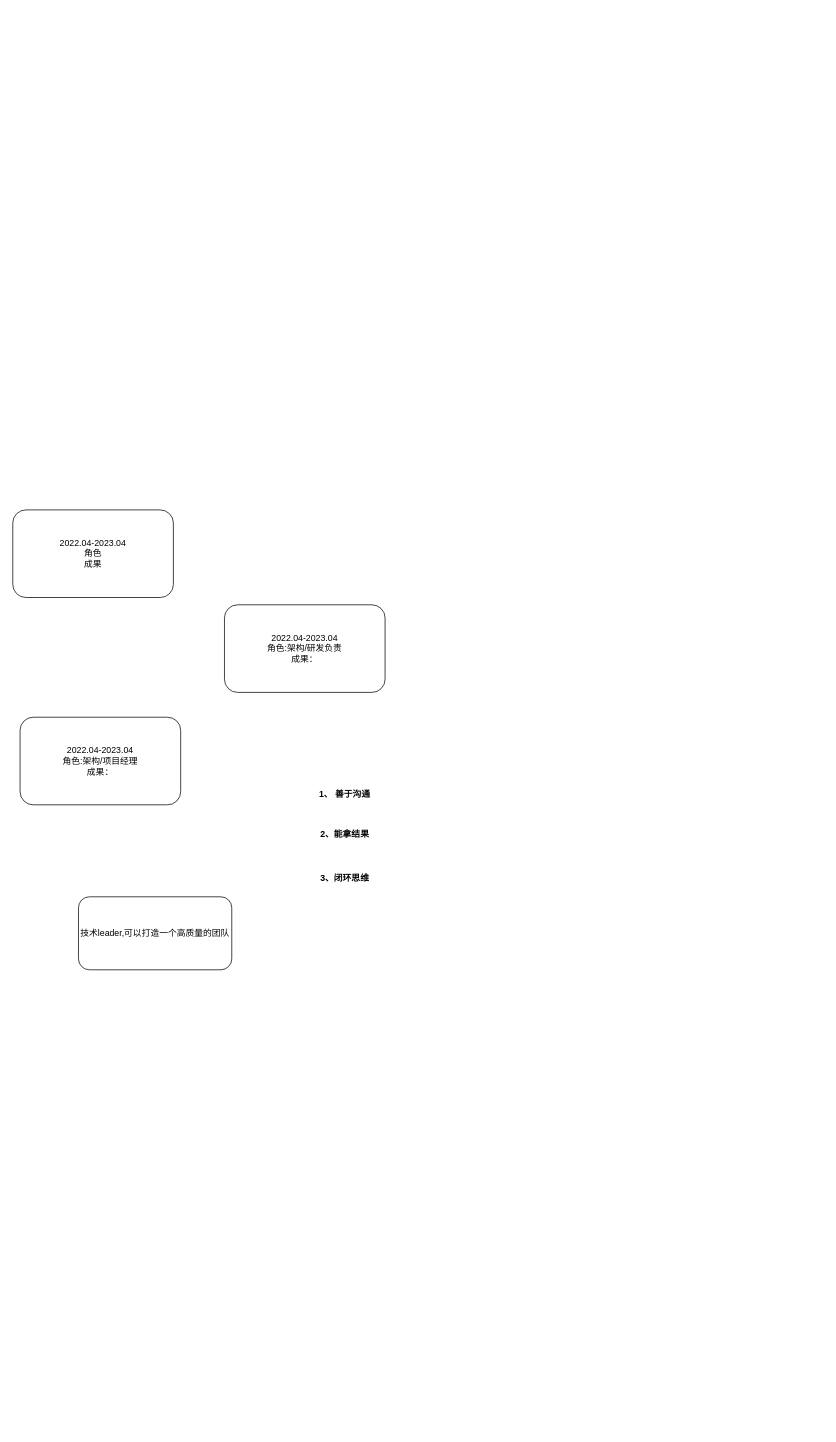
Earlier version of the draw.io diagram page "个人履历" (1 of 3) of 个人材料.drawio (n-i-n-g-e-n/drawio). Source tidied: cells renumbered, new cells numbered last; positions are measured from the earlier drawing's top-left corner, leaving out a move shared by most shapes. Both pictures are drawn from the tidied source at 73%, with x=0, y=0 at pixel (12, 510).
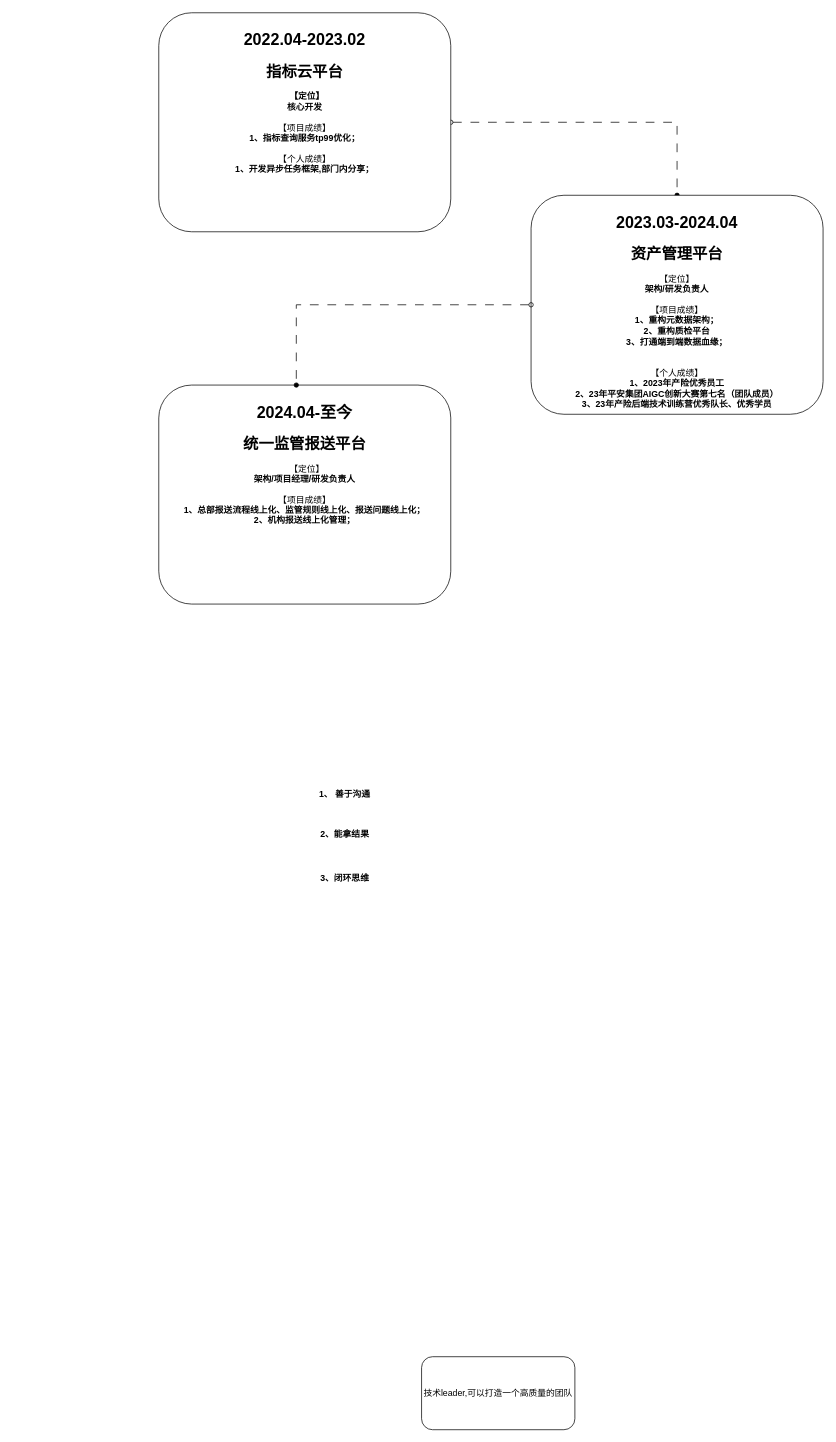
Above is the later version.

Commit message (it also covers changes not shown here):
更新个人材料.drawio

What changed in the source:
```diff
@@
 <mxGraphModel>
   <root>
     <mxCell id="0" />
     <mxCell id="1" parent="0" />
+    <mxCell id="9" style="edgeStyle=orthogonalEdgeStyle;rounded=0;jettySize=auto;html=1;exitX=1;exitY=0.5;exitDx=0;exitDy=0;entryX=0.5;entryY=0;entryDx=0;entryDy=0;dashed=1;dashPattern=12 12;startArrow=oval;startFill=0;endArrow=oval;endFill=1;" parent="1" edge="1" source="2" target="10">
+      <mxGeometry relative="1" as="geometry" />
+    </mxCell>
-    <mxCell id="2" value="2022.04-2023.04&lt;div&gt;角色&lt;/div&gt;&lt;div&gt;成果&lt;/div&gt;" style="rounded=1;whiteSpace=wrap;html=1;" parent="1" vertex="1">
-      <mxGeometry width="220" height="120" as="geometry" />
+    <mxCell id="2" value="&lt;h1&gt;&lt;font style=&quot;font-size: 22px;&quot;&gt;2022.04-2023.02&lt;/font&gt;&lt;/h1&gt;&lt;div&gt;&lt;span style=&quot;font-size: 21px;&quot;&gt;&lt;b&gt;指标云平台&lt;/b&gt;&lt;/span&gt;&lt;/div&gt;&lt;div&gt;&lt;br&gt;&lt;/div&gt;&lt;div&gt;&lt;b&gt;&amp;nbsp;&amp;nbsp;【定位】&lt;/b&gt;&lt;/div&gt;&lt;div&gt;&lt;b style=&quot;background-color: initial;&quot;&gt;核心开发&lt;/b&gt;&lt;/div&gt;&lt;div&gt;&lt;b style=&quot;background-color: initial;&quot;&gt;&lt;br&gt;&lt;/b&gt;&lt;/div&gt;&lt;div&gt;&lt;span style=&quot;background-color: initial;&quot;&gt;【项目成绩&lt;/span&gt;&lt;span style=&quot;background-color: initial;&quot;&gt;】&lt;/span&gt;&lt;br&gt;&lt;/div&gt;&lt;div&gt;&lt;b style=&quot;background-color: initial;&quot;&gt;1、指标查询服务tp99优化；&lt;/b&gt;&lt;/div&gt;&lt;div&gt;&lt;b style=&quot;background-color: initial;&quot;&gt;&lt;br&gt;&lt;/b&gt;&lt;/div&gt;&lt;div&gt;【个人成绩】&lt;/div&gt;&lt;div&gt;&lt;div&gt;&lt;b&gt;1、开发异步任务框架,部门内分享；&lt;/b&gt;&lt;/div&gt;&lt;/div&gt;&lt;div&gt;&lt;b&gt;&lt;br&gt;&lt;/b&gt;&lt;/div&gt;&lt;div&gt;&lt;b&gt;&lt;br&gt;&lt;/b&gt;&lt;/div&gt;" style="rounded=1;whiteSpace=wrap;html=1;horizontal=1;verticalAlign=top;" parent="1" vertex="1">
+      <mxGeometry x="200" y="-681" width="400" height="300" as="geometry" />
     </mxCell>
-    <mxCell id="3" value="2022.04-2023.04&lt;div&gt;角色:架构/研发负责&lt;/div&gt;&lt;div&gt;成果：&lt;/div&gt;" style="rounded=1;whiteSpace=wrap;html=1;" parent="1" vertex="1">
-      <mxGeometry x="290" y="130" width="220" height="120" as="geometry" />
-    </mxCell>
-    <mxCell id="4" value="2022.04-2023.04&lt;div&gt;角色:架构/项目经理&lt;/div&gt;&lt;div&gt;成果：&lt;/div&gt;" style="rounded=1;whiteSpace=wrap;html=1;" parent="1" vertex="1">
-      <mxGeometry x="10" y="284" width="220" height="120" as="geometry" />
-    </mxCell>
     <mxCell id="5" value="1、 善于沟通" style="text;html=1;align=center;verticalAlign=middle;whiteSpace=wrap;rounded=0;fontStyle=1;" parent="1" vertex="1">
       <mxGeometry x="370" y="370" width="170" height="40" as="geometry" />
     </mxCell>
     <mxCell id="6" value="2、能拿结果" style="text;html=1;align=center;verticalAlign=middle;whiteSpace=wrap;rounded=0;fontStyle=1;" parent="1" vertex="1">
       <mxGeometry x="370" y="430" width="170" height="30" as="geometry" />
     </mxCell>
     <mxCell id="7" value="3、闭环思维" style="text;html=1;align=center;verticalAlign=middle;whiteSpace=wrap;rounded=0;fontStyle=1;" parent="1" vertex="1">
       <mxGeometry x="395" y="490" width="120" height="30" as="geometry" />
     </mxCell>
     <mxCell id="8" value="技术leader,可以打造一个高质量的团队" style="rounded=1;whiteSpace=wrap;html=1;" parent="1" vertex="1">
-      <mxGeometry x="90" y="530" width="210" height="100" as="geometry" />
+      <mxGeometry x="560" y="1160" width="210" height="100" as="geometry" />
     </mxCell>
+    <mxCell id="10" value="&lt;h1&gt;&lt;font style=&quot;font-size: 22px;&quot;&gt;2023.03-2024.04&lt;/font&gt;&lt;/h1&gt;&lt;div&gt;&lt;span style=&quot;font-size: 21px;&quot;&gt;&lt;b&gt;资产管理平台&lt;/b&gt;&lt;/span&gt;&lt;/div&gt;&lt;div&gt;&lt;b style=&quot;background-color: initial;&quot;&gt;&lt;br&gt;&lt;/b&gt;&lt;/div&gt;&lt;div&gt;&lt;span style=&quot;background-color: initial;&quot;&gt;【定位】&lt;/span&gt;&lt;br&gt;&lt;/div&gt;&lt;div&gt;&lt;b&gt;架构/研发负责人&lt;/b&gt;&lt;/div&gt;&lt;div&gt;&lt;br&gt;&lt;/div&gt;&lt;div&gt;【项目成绩】&lt;/div&gt;&lt;div&gt;&lt;b&gt;1、重构元数据架构；&lt;/b&gt;&lt;/div&gt;&lt;div&gt;&lt;b&gt;2、重构质检平台&lt;/b&gt;&lt;/div&gt;&lt;div&gt;&lt;b&gt;3、打通端到端数据血缘；&lt;/b&gt;&lt;/div&gt;&lt;div&gt;&lt;b&gt;&lt;br&gt;&lt;/b&gt;&lt;/div&gt;&lt;div&gt;&lt;b&gt;&lt;br&gt;&lt;/b&gt;&lt;/div&gt;&lt;div&gt;【个人成绩】&lt;/div&gt;&lt;div&gt;&lt;b&gt;1、2023年产险优秀员工&lt;/b&gt;&lt;/div&gt;&lt;div&gt;&lt;b&gt;2、23年平安集团AIGC创新大赛第七名（团队成员）&lt;/b&gt;&lt;/div&gt;&lt;div&gt;&lt;b&gt;3、23年产险后端技术训练营优秀队长、优秀学员&lt;/b&gt;&lt;/div&gt;" style="rounded=1;whiteSpace=wrap;html=1;horizontal=1;verticalAlign=top;" parent="1" vertex="1">
+      <mxGeometry x="710" y="-431" width="400" height="300" as="geometry" />
+    </mxCell>
+    <mxCell id="11" value="&lt;h1&gt;&lt;font style=&quot;font-size: 22px;&quot;&gt;2024.04-至今&lt;/font&gt;&lt;/h1&gt;&lt;div&gt;&lt;span style=&quot;font-size: 21px;&quot;&gt;&lt;b&gt;统一监管报送平台&lt;/b&gt;&lt;/span&gt;&lt;/div&gt;&lt;div&gt;&lt;br&gt;&lt;/div&gt;&lt;div&gt;&amp;nbsp;&amp;nbsp;【定位】&lt;/div&gt;&lt;div&gt;&lt;b&gt;架构/项目经理/研发负责人&lt;/b&gt;&lt;/div&gt;&lt;div&gt;&lt;br&gt;&lt;/div&gt;&lt;div&gt;【项目成绩】&lt;/div&gt;&lt;div&gt;&lt;b&gt;1、总部报送流程线上化、监管规则线上化、报送问题线上化；&lt;/b&gt;&lt;/div&gt;&lt;div&gt;&lt;b&gt;2、机构报送线上化管理；&lt;/b&gt;&lt;/div&gt;&lt;div&gt;&lt;br&gt;&lt;/div&gt;" style="rounded=1;whiteSpace=wrap;html=1;horizontal=1;verticalAlign=top;" parent="1" vertex="1">
+      <mxGeometry x="200" y="-171" width="400" height="300" as="geometry" />
+    </mxCell>
+    <mxCell id="12" style="edgeStyle=orthogonalEdgeStyle;rounded=0;jettySize=auto;html=1;exitX=0;exitY=0.5;exitDx=0;exitDy=0;entryX=0.471;entryY=0;entryDx=0;entryDy=0;entryPerimeter=0;startArrow=oval;startFill=0;endArrow=oval;endFill=1;dashed=1;dashPattern=12 12;" parent="1" edge="1" source="10" target="11">
+      <mxGeometry relative="1" as="geometry" />
+    </mxCell>
   </root>
 </mxGraphModel>
```
